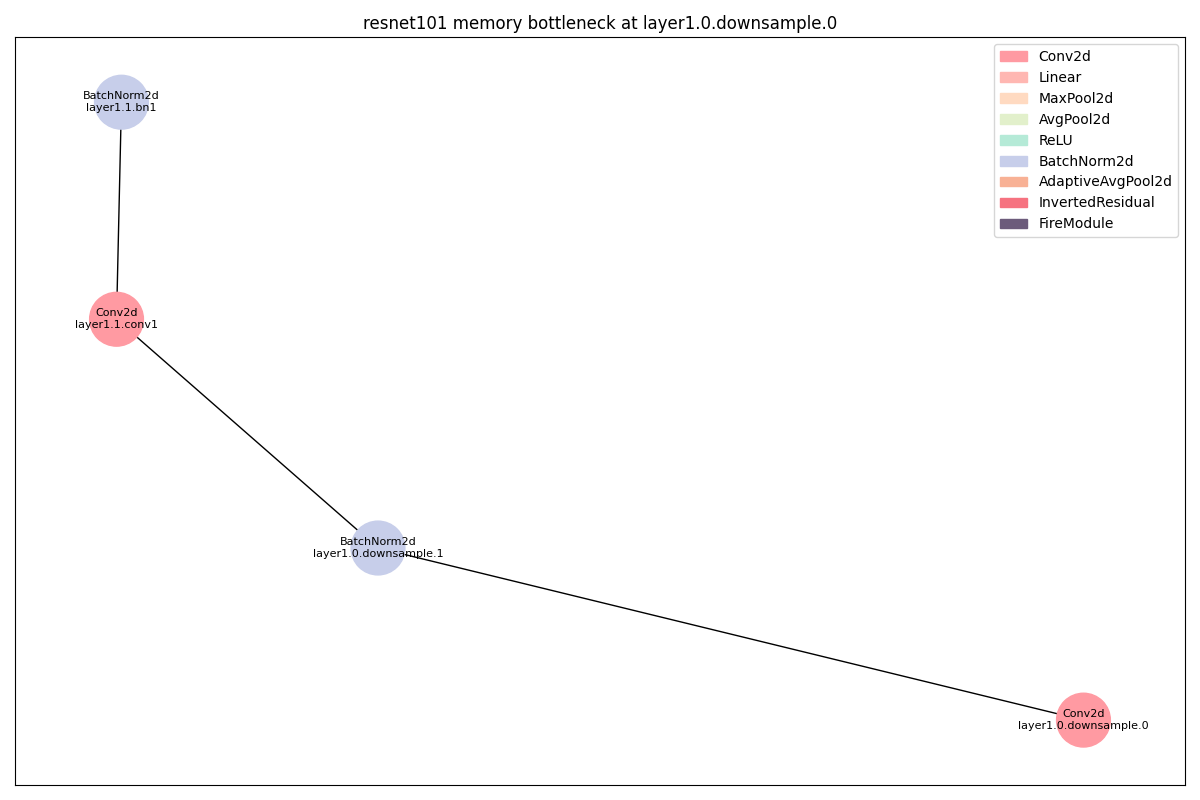
Before: dags/resnet101_memory_layer1_0_downsample_0_op.png, a diagram exported from Graphviz (11222-Meng/DNN_Bottlen_Layer_Analysis). Its source is kept beside it as dags/resnet101_memory_layer1_0_downsample_0_op.dot. The source it was exported from:
```dot
strict digraph "" {
	Conv2d_0	[color="#FF9AA2",
		layer_name="layer1.0.downsample.0",
		params=16384,
		type=Conv2d];
	BatchNorm2d_0	[color="#C7CEEA",
		layer_name="layer1.0.downsample.1",
		params=512,
		type=BatchNorm2d];
	Conv2d_0 -> BatchNorm2d_0;
	Conv2d_1	[color="#FF9AA2",
		layer_name="layer1.1.conv1",
		params=16384,
		type=Conv2d];
	BatchNorm2d_0 -> Conv2d_1;
	BatchNorm2d_1	[color="#C7CEEA",
		layer_name="layer1.1.bn1",
		params=128,
		type=BatchNorm2d];
	Conv2d_1 -> BatchNorm2d_1;
}
```
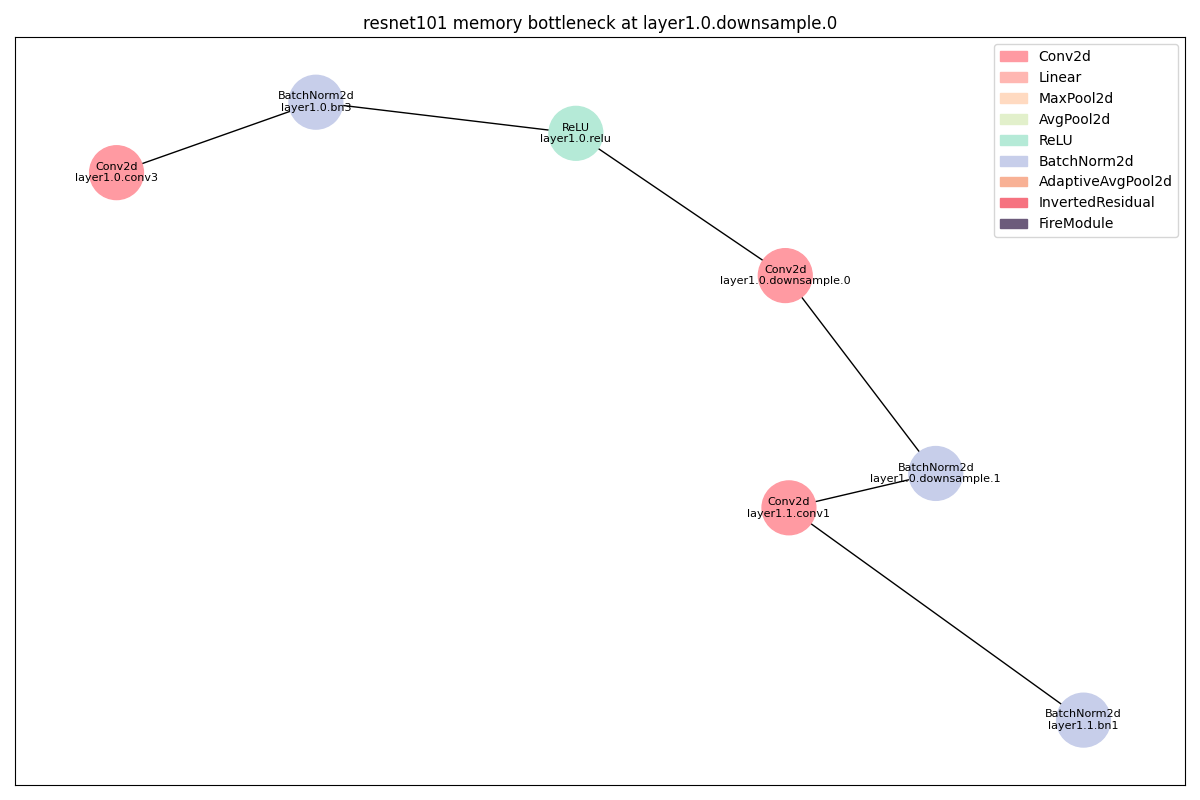
The same diagram one commit later.

The edit, as a diff of the source:
```diff
@@ -1,21 +1,36 @@
 strict digraph "" {
 	Conv2d_0	[color="#FF9AA2",
+		layer_name="layer1.0.conv3",
+		params=16384,
+		type=Conv2d];
+	BatchNorm2d_0	[color="#C7CEEA",
+		layer_name="layer1.0.bn3",
+		params=512,
+		type=BatchNorm2d];
+	Conv2d_0 -> BatchNorm2d_0;
+	ReLU_0	[color="#B5EAD7",
+		layer_name="layer1.0.relu",
+		params=0,
+		type=ReLU];
+	BatchNorm2d_0 -> ReLU_0;
+	Conv2d_1	[color="#FF9AA2",
 		layer_name="layer1.0.downsample.0",
 		params=16384,
 		type=Conv2d];
-	BatchNorm2d_0	[color="#C7CEEA",
+	ReLU_0 -> Conv2d_1;
+	BatchNorm2d_1	[color="#C7CEEA",
 		layer_name="layer1.0.downsample.1",
 		params=512,
 		type=BatchNorm2d];
-	Conv2d_0 -> BatchNorm2d_0;
-	Conv2d_1	[color="#FF9AA2",
+	Conv2d_1 -> BatchNorm2d_1;
+	Conv2d_2	[color="#FF9AA2",
 		layer_name="layer1.1.conv1",
 		params=16384,
 		type=Conv2d];
-	BatchNorm2d_0 -> Conv2d_1;
-	BatchNorm2d_1	[color="#C7CEEA",
+	BatchNorm2d_1 -> Conv2d_2;
+	BatchNorm2d_2	[color="#C7CEEA",
 		layer_name="layer1.1.bn1",
 		params=128,
 		type=BatchNorm2d];
-	Conv2d_1 -> BatchNorm2d_1;
+	Conv2d_2 -> BatchNorm2d_2;
 }
```
